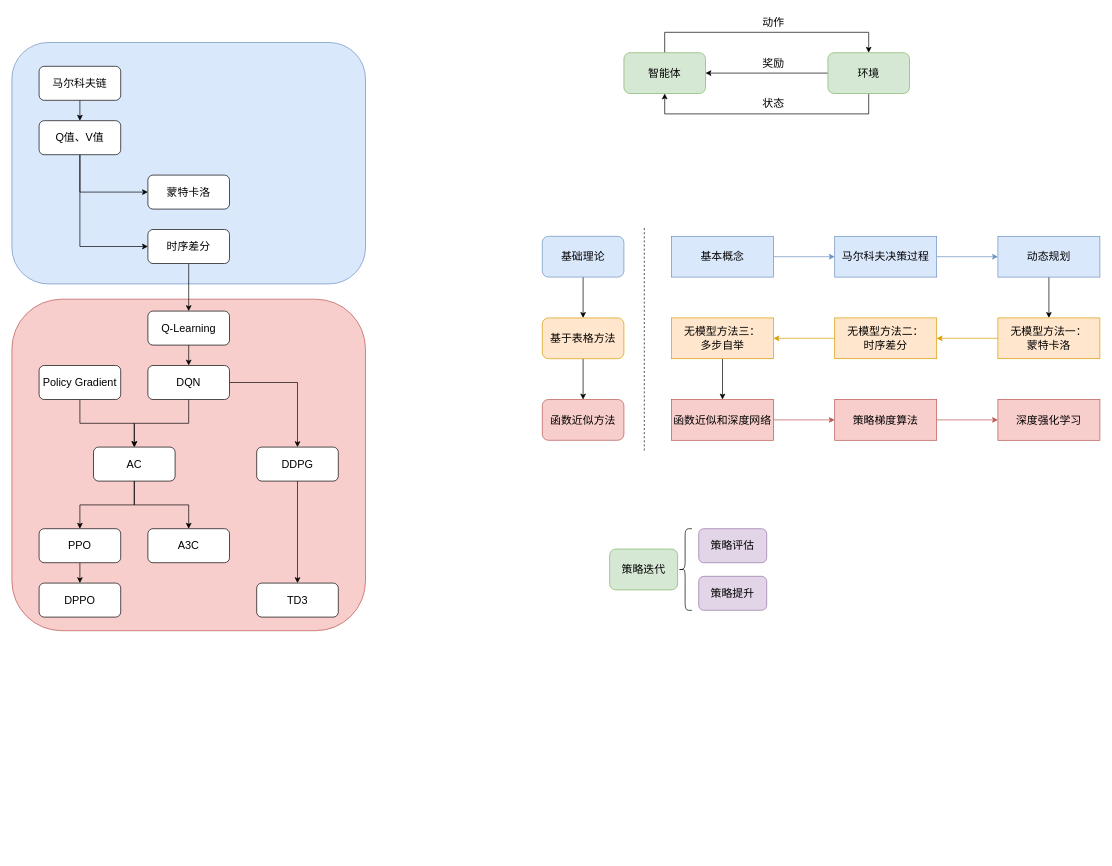
Earlier version of the draw.io diagram rl.drawio (ZiqingYip/moment). Source tidied: cells renumbered, new cells numbered last; positions are measured from the earlier drawing's top-left corner, leaving out a move shared by most shapes. Both pictures are drawn from the tidied source at 68%, with x=0, y=0 at pixel (12, 12).
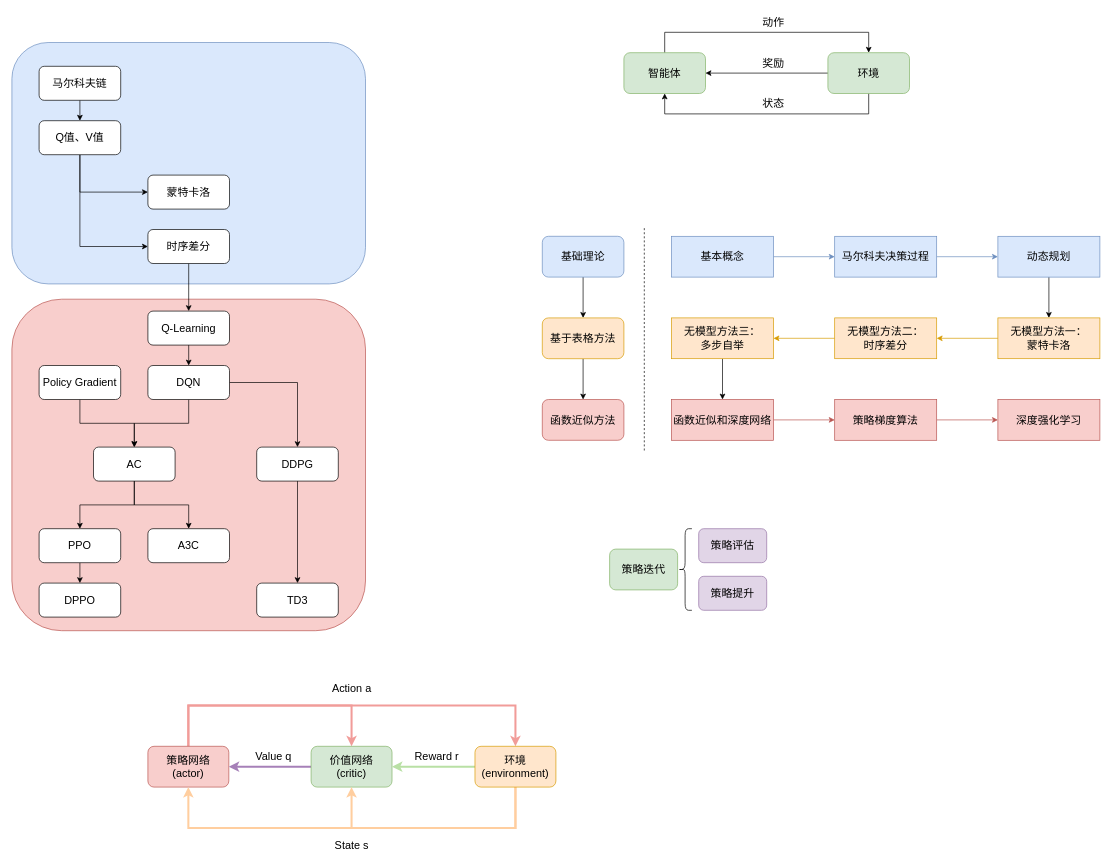
After the change.

What changed in the source:
```diff
@@
+    <mxCell id="64" style="edgeStyle=orthogonalEdgeStyle;rounded=0;jettySize=auto;html=1;exitX=0.5;exitY=0;exitDx=0;exitDy=0;entryX=0.5;entryY=0;entryDx=0;entryDy=0;strokeWidth=3;strokeColor=#F19C99;" parent="1" edge="1" source="66" target="72">
+      <mxGeometry relative="1" as="geometry">
+        <Array as="points">
+          <mxPoint x="260" y="1020" />
+          <mxPoint x="741" y="1020" />
+        </Array>
+      </mxGeometry>
+    </mxCell>
+    <mxCell id="65" style="edgeStyle=orthogonalEdgeStyle;rounded=0;jettySize=auto;html=1;exitX=0.5;exitY=0;exitDx=0;exitDy=0;entryX=0.5;entryY=0;entryDx=0;entryDy=0;strokeWidth=3;strokeColor=#F19C99;" parent="1" edge="1" source="66" target="68">
+      <mxGeometry relative="1" as="geometry">
+        <Array as="points">
+          <mxPoint x="260" y="1020" />
+          <mxPoint x="500" y="1020" />
+        </Array>
+      </mxGeometry>
+    </mxCell>
+    <mxCell id="66" value="策略网络&lt;br&gt;(actor)" style="rounded=1;whiteSpace=wrap;html=1;fontSize=16;fillColor=#f8cecc;strokeColor=#b85450;" parent="1" vertex="1">
+      <mxGeometry x="200" y="1080" width="119" height="60" as="geometry" />
+    </mxCell>
+    <mxCell id="67" style="edgeStyle=orthogonalEdgeStyle;rounded=0;jettySize=auto;html=1;exitX=0;exitY=0.5;exitDx=0;exitDy=0;entryX=1;entryY=0.5;entryDx=0;entryDy=0;fontSize=16;strokeColor=#A680B8;strokeWidth=3;" parent="1" edge="1" source="68" target="66">
+      <mxGeometry relative="1" as="geometry" />
+    </mxCell>
+    <mxCell id="68" value="价值网络&lt;br&gt;(critic)" style="rounded=1;whiteSpace=wrap;html=1;fontSize=16;fillColor=#d5e8d4;strokeColor=#82b366;" parent="1" vertex="1">
+      <mxGeometry x="440" y="1080" width="119" height="60" as="geometry" />
+    </mxCell>
+    <mxCell id="69" style="edgeStyle=orthogonalEdgeStyle;rounded=0;jettySize=auto;html=1;exitX=0.5;exitY=1;exitDx=0;exitDy=0;entryX=0.5;entryY=1;entryDx=0;entryDy=0;fontSize=14;strokeColor=#FFCE9F;strokeWidth=3;" parent="1" edge="1" source="72" target="66">
+      <mxGeometry relative="1" as="geometry">
+        <Array as="points">
+          <mxPoint x="741" y="1200" />
+          <mxPoint x="260" y="1200" />
+        </Array>
+      </mxGeometry>
+    </mxCell>
+    <mxCell id="70" style="edgeStyle=orthogonalEdgeStyle;rounded=0;jettySize=auto;html=1;exitX=0.5;exitY=1;exitDx=0;exitDy=0;entryX=0.5;entryY=1;entryDx=0;entryDy=0;fontSize=14;strokeColor=#FFCE9F;strokeWidth=3;" parent="1" edge="1" source="72" target="68">
+      <mxGeometry relative="1" as="geometry">
+        <Array as="points">
+          <mxPoint x="741" y="1200" />
+          <mxPoint x="500" y="1200" />
+        </Array>
+      </mxGeometry>
+    </mxCell>
+    <mxCell id="71" style="edgeStyle=orthogonalEdgeStyle;rounded=0;jettySize=auto;html=1;exitX=0;exitY=0.5;exitDx=0;exitDy=0;entryX=1;entryY=0.5;entryDx=0;entryDy=0;fontSize=16;strokeColor=#B9E0A5;strokeWidth=3;" parent="1" edge="1" source="72" target="68">
+      <mxGeometry relative="1" as="geometry" />
+    </mxCell>
+    <mxCell id="72" value="环境&lt;br&gt;(environment)" style="rounded=1;whiteSpace=wrap;html=1;fontSize=16;fillColor=#ffe6cc;strokeColor=#d79b00;" parent="1" vertex="1">
+      <mxGeometry x="681" y="1080" width="119" height="60" as="geometry" />
+    </mxCell>
+    <mxCell id="73" value="&lt;font style=&quot;font-size: 16px;&quot;&gt;Action a&lt;/font&gt;" style="text;html=1;strokeColor=none;fillColor=none;align=center;verticalAlign=middle;whiteSpace=wrap;rounded=0;" parent="1" vertex="1">
+      <mxGeometry x="469.5" y="980" width="60" height="30" as="geometry" />
+    </mxCell>
+    <mxCell id="74" value="&lt;font style=&quot;font-size: 16px;&quot;&gt;State s&lt;/font&gt;" style="text;html=1;strokeColor=none;fillColor=none;align=center;verticalAlign=middle;whiteSpace=wrap;rounded=0;" parent="1" vertex="1">
+      <mxGeometry x="469.5" y="1210" width="60" height="30" as="geometry" />
+    </mxCell>
+    <mxCell id="75" value="&lt;font style=&quot;font-size: 16px;&quot;&gt;Reward r&lt;/font&gt;" style="text;html=1;strokeColor=none;fillColor=none;align=center;verticalAlign=middle;whiteSpace=wrap;rounded=0;" parent="1" vertex="1">
+      <mxGeometry x="590" y="1080" width="70" height="30" as="geometry" />
+    </mxCell>
+    <mxCell id="76" value="&lt;font style=&quot;font-size: 16px;&quot;&gt;Value q&lt;/font&gt;" style="text;html=1;strokeColor=none;fillColor=none;align=center;verticalAlign=middle;whiteSpace=wrap;rounded=0;" parent="1" vertex="1">
+      <mxGeometry x="350" y="1080" width="70" height="30" as="geometry" />
+    </mxCell>
```
